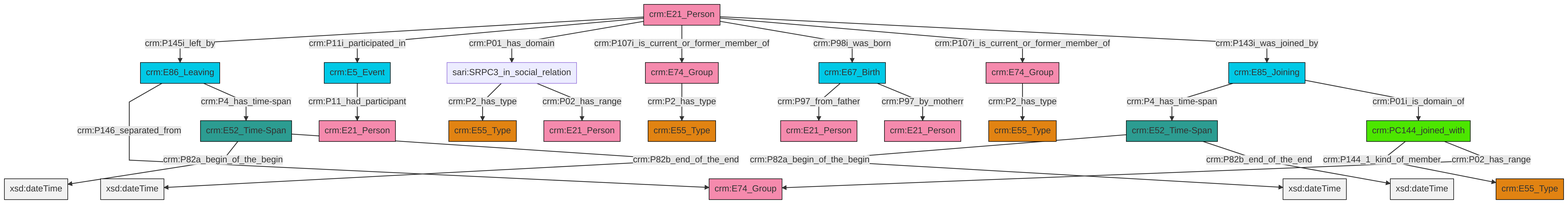
swiss-art-research-net/reference-data-models keeps this Mermaid diagram as et/personCSV/ttl/mmd/png/Person_Actor_Relations.png. Above is the earlier version. Its source is kept beside it as et/personCSV/ttl/mmd/Person_Actor_Relations.ttl.mmd.
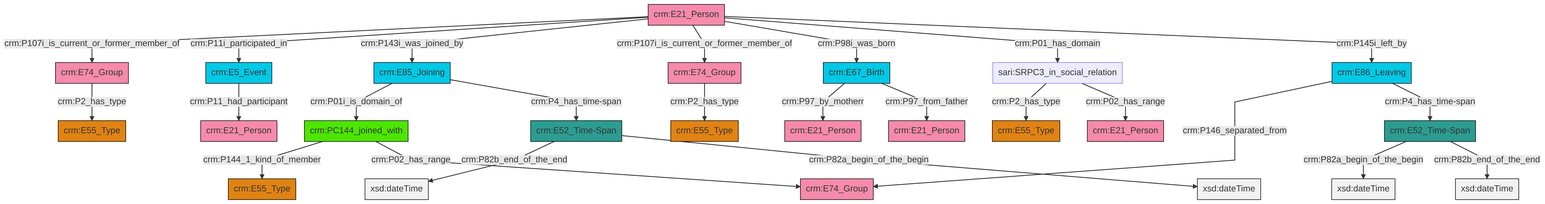
After the commit.

The edit, as a diff of the source:
```diff
@@ -13,27 +13,27 @@
 classDef PC_Classes fill:#4ce600, stroke:#000000;
 classDef Multi fill:#cccccc,stroke:#000000;
 
-0["crm:E67_Birth"]:::Temporal_Entity -->|crm:P97_from_father| 1["crm:E21_Person"]:::Actor
-2["crm:E21_Person"]:::Actor -->|crm:P145i_left_by| 3["crm:E86_Leaving"]:::Temporal_Entity
-11["crm:E52_Time-Span"]:::Time-Span -->|crm:P82a_begin_of_the_begin| 12[xsd:dateTime]:::Literal
-13["sari:SRPC3_in_social_relation"]:::Default -->|crm:P2_has_type| 14["crm:E55_Type"]:::Type
-2["crm:E21_Person"]:::Actor -->|crm:P11i_participated_in| 17["crm:E5_Event"]:::Temporal_Entity
-9["crm:E85_Joining"]:::Temporal_Entity -->|crm:P4_has_time-span| 15["crm:E52_Time-Span"]:::Time-Span
-9["crm:E85_Joining"]:::Temporal_Entity -->|crm:P01i_is_domain_of| 20["crm:PC144_joined_with"]:::PC_Classes
-15["crm:E52_Time-Span"]:::Time-Span -->|crm:P82a_begin_of_the_begin| 26[xsd:dateTime]:::Literal
-18["crm:E74_Group"]:::Actor -->|crm:P2_has_type| 27["crm:E55_Type"]:::Type
-20["crm:PC144_joined_with"]:::PC_Classes -->|crm:P144_1_kind_of_member| 5["crm:E55_Type"]:::Type
-2["crm:E21_Person"]:::Actor -->|crm:P01_has_domain| 13["sari:SRPC3_in_social_relation"]:::Default
-20["crm:PC144_joined_with"]:::PC_Classes -->|crm:P02_has_range| 7["crm:E74_Group"]:::Actor
-2["crm:E21_Person"]:::Actor -->|crm:P107i_is_current_or_former_member_of| 31["crm:E74_Group"]:::Actor
-13["sari:SRPC3_in_social_relation"]:::Default -->|crm:P02_has_range| 36["crm:E21_Person"]:::Actor
-2["crm:E21_Person"]:::Actor -->|crm:P98i_was_born| 0["crm:E67_Birth"]:::Temporal_Entity
-0["crm:E67_Birth"]:::Temporal_Entity -->|crm:P97_by_motherr| 37["crm:E21_Person"]:::Actor
-15["crm:E52_Time-Span"]:::Time-Span -->|crm:P82b_end_of_the_end| 39[xsd:dateTime]:::Literal
-3["crm:E86_Leaving"]:::Temporal_Entity -->|crm:P146_separated_from| 7["crm:E74_Group"]:::Actor
-31["crm:E74_Group"]:::Actor -->|crm:P2_has_type| 24["crm:E55_Type"]:::Type
-11["crm:E52_Time-Span"]:::Time-Span -->|crm:P82b_end_of_the_end| 42[xsd:dateTime]:::Literal
-3["crm:E86_Leaving"]:::Temporal_Entity -->|crm:P4_has_time-span| 11["crm:E52_Time-Span"]:::Time-Span
-17["crm:E5_Event"]:::Temporal_Entity -->|crm:P11_had_participant| 34["crm:E21_Person"]:::Actor
-2["crm:E21_Person"]:::Actor -->|crm:P107i_is_current_or_former_member_of| 18["crm:E74_Group"]:::Actor
-2["crm:E21_Person"]:::Actor -->|crm:P143i_was_joined_by| 9["crm:E85_Joining"]:::Temporal_Entity
+4["crm:E21_Person"]:::Actor -->|crm:P107i_is_current_or_former_member_of| 5["crm:E74_Group"]:::Actor
+4["crm:E21_Person"]:::Actor -->|crm:P11i_participated_in| 8["crm:E5_Event"]:::Temporal_Entity
+4["crm:E21_Person"]:::Actor -->|crm:P143i_was_joined_by| 9["crm:E85_Joining"]:::Temporal_Entity
+4["crm:E21_Person"]:::Actor -->|crm:P107i_is_current_or_former_member_of| 10["crm:E74_Group"]:::Actor
+5["crm:E74_Group"]:::Actor -->|crm:P2_has_type| 0["crm:E55_Type"]:::Type
+6["crm:E86_Leaving"]:::Temporal_Entity -->|crm:P146_separated_from| 11["crm:E74_Group"]:::Actor
+4["crm:E21_Person"]:::Actor -->|crm:P98i_was_born| 12["crm:E67_Birth"]:::Temporal_Entity
+13["crm:E52_Time-Span"]:::Time-Span -->|crm:P82a_begin_of_the_begin| 14[xsd:dateTime]:::Literal
+12["crm:E67_Birth"]:::Temporal_Entity -->|crm:P97_by_motherr| 16["crm:E21_Person"]:::Actor
+6["crm:E86_Leaving"]:::Temporal_Entity -->|crm:P4_has_time-span| 13["crm:E52_Time-Span"]:::Time-Span
+10["crm:E74_Group"]:::Actor -->|crm:P2_has_type| 2["crm:E55_Type"]:::Type
+8["crm:E5_Event"]:::Temporal_Entity -->|crm:P11_had_participant| 17["crm:E21_Person"]:::Actor
+12["crm:E67_Birth"]:::Temporal_Entity -->|crm:P97_from_father| 19["crm:E21_Person"]:::Actor
+22["sari:SRPC3_in_social_relation"]:::Default -->|crm:P2_has_type| 25["crm:E55_Type"]:::Type
+9["crm:E85_Joining"]:::Temporal_Entity -->|crm:P01i_is_domain_of| 26["crm:PC144_joined_with"]:::PC_Classes
+26["crm:PC144_joined_with"]:::PC_Classes -->|crm:P144_1_kind_of_member| 28["crm:E55_Type"]:::Type
+4["crm:E21_Person"]:::Actor -->|crm:P01_has_domain| 22["sari:SRPC3_in_social_relation"]:::Default
+38["crm:E52_Time-Span"]:::Time-Span -->|crm:P82b_end_of_the_end| 39[xsd:dateTime]:::Literal
+22["sari:SRPC3_in_social_relation"]:::Default -->|crm:P02_has_range| 30["crm:E21_Person"]:::Actor
+9["crm:E85_Joining"]:::Temporal_Entity -->|crm:P4_has_time-span| 38["crm:E52_Time-Span"]:::Time-Span
+13["crm:E52_Time-Span"]:::Time-Span -->|crm:P82b_end_of_the_end| 42[xsd:dateTime]:::Literal
+4["crm:E21_Person"]:::Actor -->|crm:P145i_left_by| 6["crm:E86_Leaving"]:::Temporal_Entity
+26["crm:PC144_joined_with"]:::PC_Classes -->|crm:P02_has_range| 11["crm:E74_Group"]:::Actor
+38["crm:E52_Time-Span"]:::Time-Span -->|crm:P82a_begin_of_the_begin| 45[xsd:dateTime]:::Literal
```
